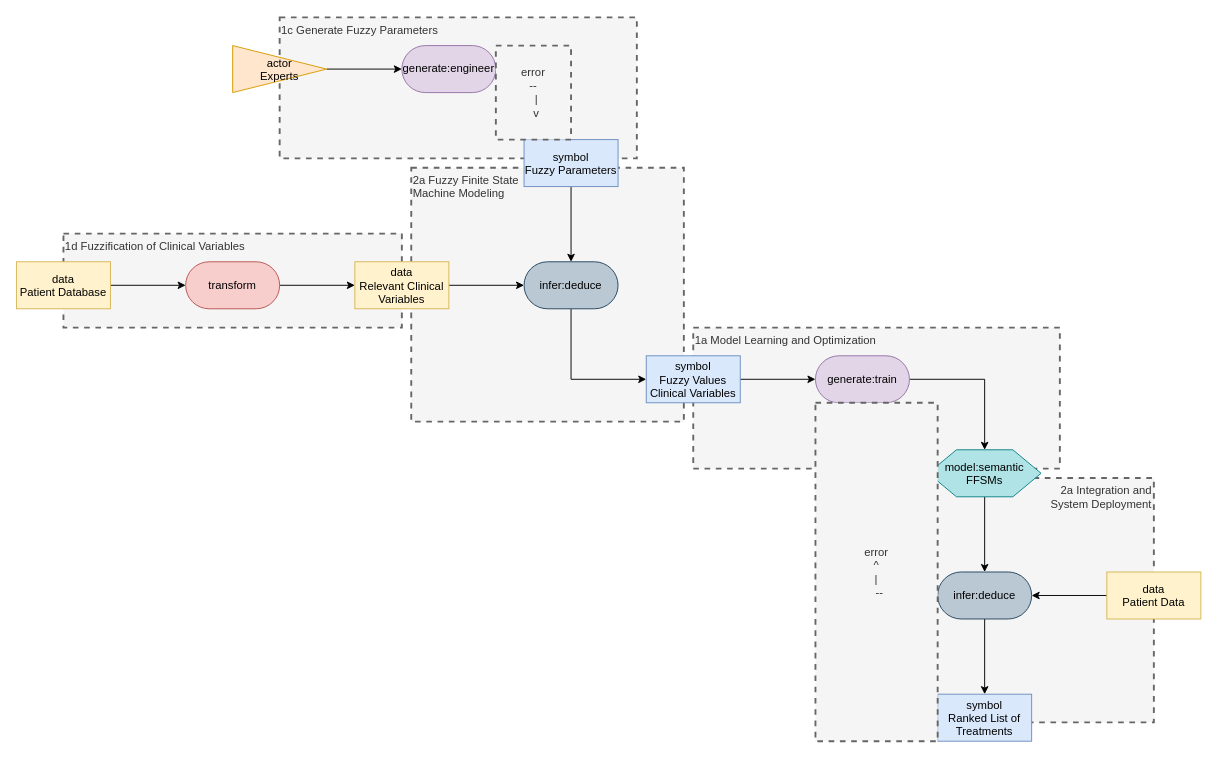
Before: page "Page-1" (1 of 2) of medical patterns to boxologies/Rule-Based Method pre-processes input data for ML Prediction (RBML)/A Self-Learning Fuzzy Discrete Event System for HIV AIDS Treatment Regimen Selection.drawio in zonnesmit/thesis, a draw.io diagram. Source tidied: cells renumbered, new cells numbered last; positions are measured from the earlier drawing's top-left corner, leaving out a move shared by most shapes. Both pictures are drawn from the tidied source at 94%, with x=0, y=0 at pixel (16, 17).
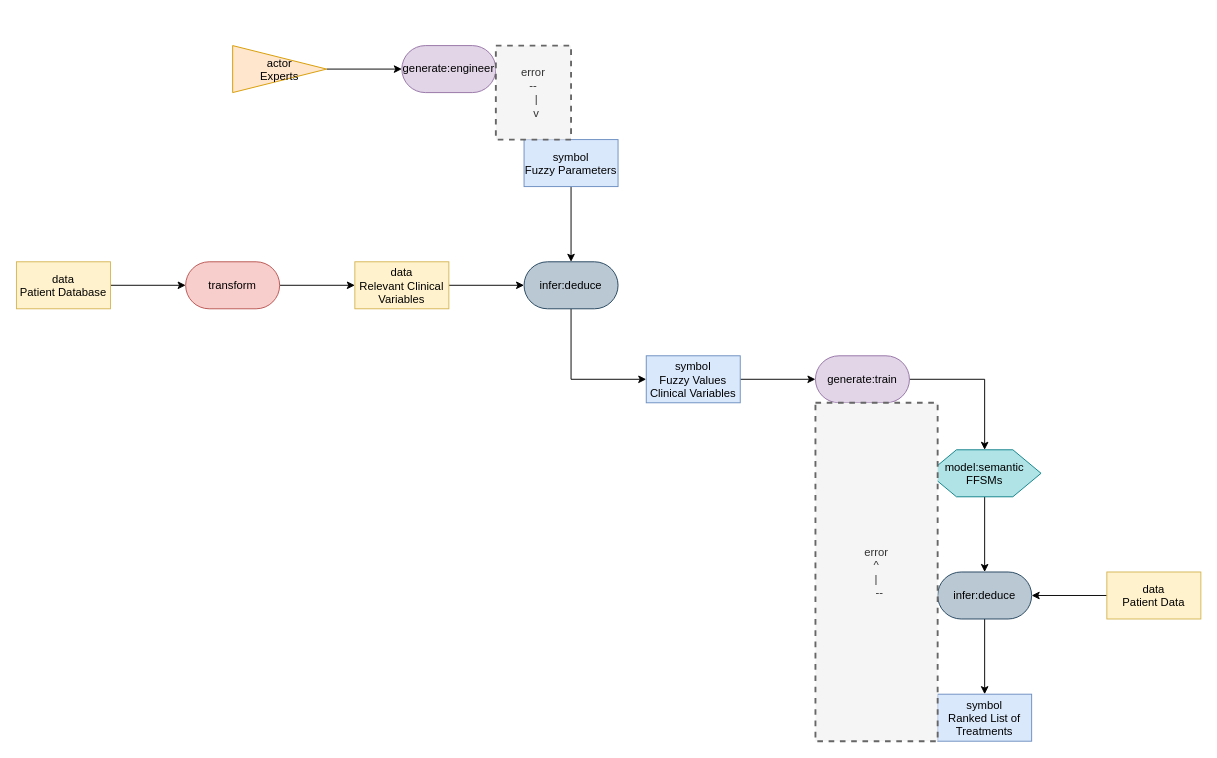
The same diagram, later.

The edit, as a diff of the source:
```diff
@@
-    <mxCell id="2" value="&lt;div&gt;2a Integration and&lt;/div&gt;&lt;div&gt;System Deployment&lt;/div&gt;" style="text;html=1;align=right;verticalAlign=top;whiteSpace=wrap;rounded=0;dashed=1;fillColor=#f5f5f5;fontColor=#333333;strokeColor=#666666;strokeWidth=2;" parent="1" vertex="1">
-      <mxGeometry x="950" y="490" width="260" height="260" as="geometry" />
-    </mxCell>
-    <mxCell id="3" value="1a Model Learning and Optimization" style="text;html=1;align=left;verticalAlign=top;whiteSpace=wrap;rounded=0;dashed=1;fillColor=#f5f5f5;fontColor=#333333;strokeColor=#666666;strokeWidth=2;" parent="1" vertex="1">
-      <mxGeometry x="720" y="330" width="390" height="150" as="geometry" />
-    </mxCell>
-    <mxCell id="4" value="1d Fuzzification of Clinical Variables" style="text;html=1;align=left;verticalAlign=top;whiteSpace=wrap;rounded=0;dashed=1;fillColor=#f5f5f5;fontColor=#333333;strokeColor=#666666;strokeWidth=2;" parent="1" vertex="1">
-      <mxGeometry x="50" y="230" width="360" height="100" as="geometry" />
-    </mxCell>
-    <mxCell id="5" value="&lt;div&gt;2a Fuzzy Finite State&lt;/div&gt;&lt;div&gt;Machine Modeling&lt;/div&gt;" style="text;html=1;align=left;verticalAlign=top;whiteSpace=wrap;rounded=0;dashed=1;fillColor=#f5f5f5;fontColor=#333333;strokeColor=#666666;strokeWidth=2;" parent="1" vertex="1">
-      <mxGeometry x="420" y="160" width="290" height="270" as="geometry" />
-    </mxCell>
-    <mxCell id="6" value="1c Generate Fuzzy Parameters" style="text;html=1;align=left;verticalAlign=top;whiteSpace=wrap;rounded=0;dashed=1;fillColor=#f5f5f5;fontColor=#333333;strokeColor=#666666;strokeWidth=2;" parent="1" vertex="1">
-      <mxGeometry x="280" width="380" height="150" as="geometry" />
-    </mxCell>
```
